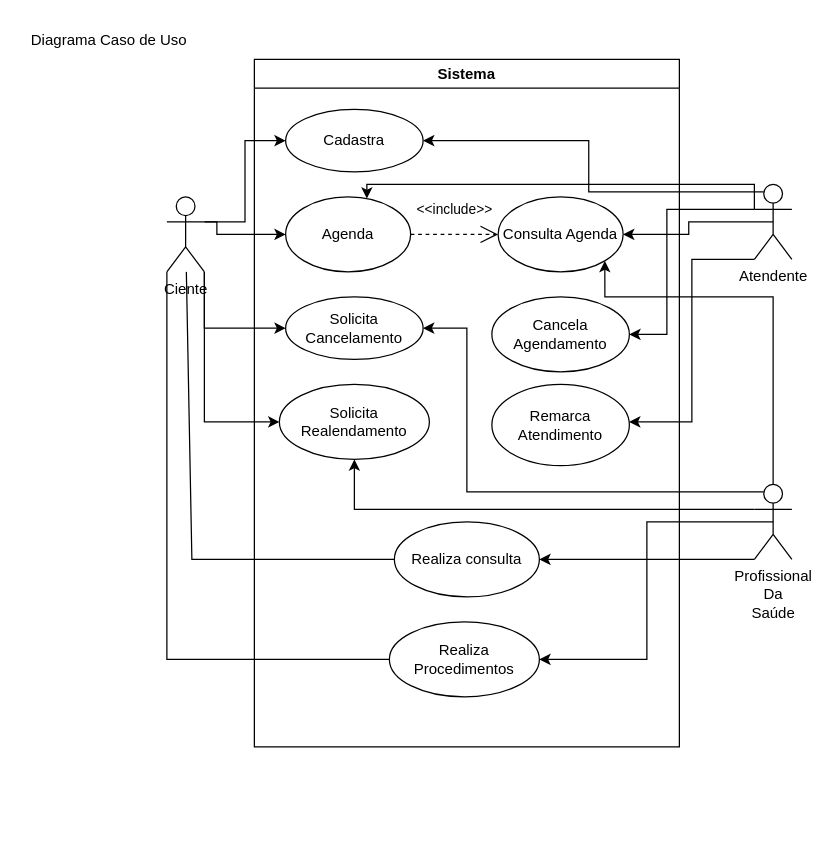
Ricardo93santos/teste_banco_de_dados keeps this draw.io diagram as page "Diagrama Caso de Uso" (2 of 2) of Diagrama sem nome.drawio. Above is the earlier version. Source tidied: cells renumbered, new cells numbered last; positions are measured from the earlier drawing's top-left corner, leaving out a move shared by most shapes. Both pictures are drawn from the tidied source at 125%, with x=0, y=0 at pixel (21, 21).
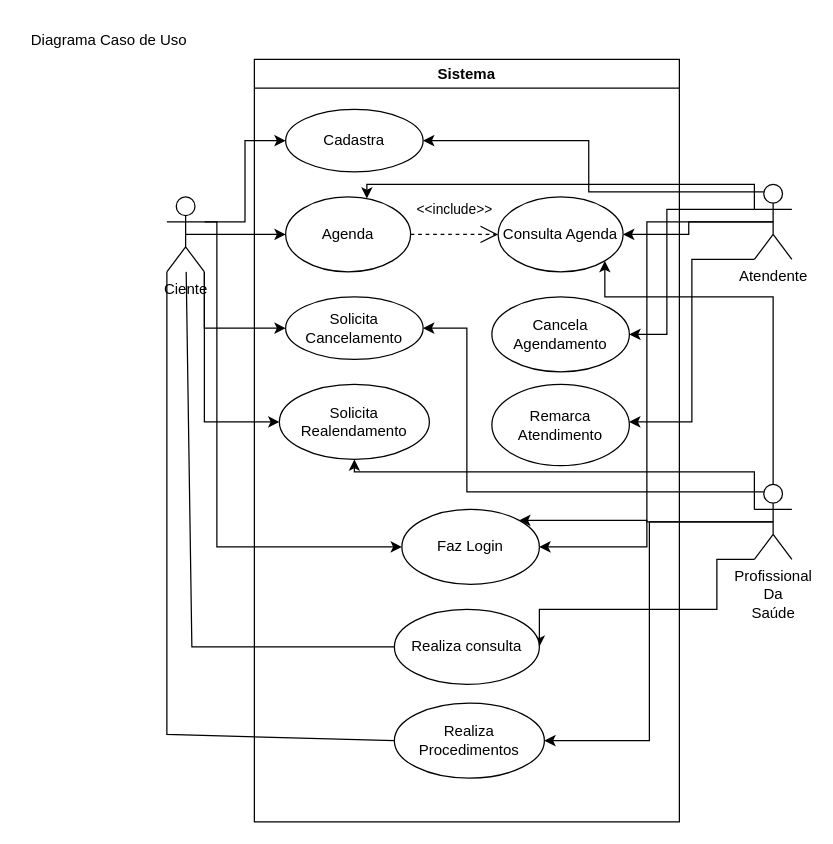
The same diagram, later.

Commit message:
Adição do caso de uso "Faz Login"

The change refers to these unchanged cells:
```xml
<mxCell id="6" value="Ciente" style="shape=umlActor;verticalLabelPosition=bottom;verticalAlign=top;html=1;outlineConnect=0;labelBackgroundColor=none;" parent="1" vertex="1">
  <mxGeometry x="116" y="140" width="30" height="60" as="geometry" />
</mxCell>
<mxCell id="12" value="Profissional&lt;br&gt;Da&lt;br&gt;Saúde" style="shape=umlActor;verticalLabelPosition=bottom;verticalAlign=top;html=1;outlineConnect=0;labelBackgroundColor=none;" parent="1" vertex="1">
  <mxGeometry x="586" y="370" width="30" height="60" as="geometry" />
</mxCell>
<mxCell id="18" value="Atendente" style="shape=umlActor;verticalLabelPosition=bottom;verticalAlign=top;html=1;outlineConnect=0;labelBackgroundColor=none;" parent="1" vertex="1">
  <mxGeometry x="586" y="130" width="30" height="60" as="geometry" />
</mxCell>
<mxCell id="28" value="Solicita Realendamento" style="ellipse;whiteSpace=wrap;html=1;labelBackgroundColor=none;" parent="20" vertex="1">
  <mxGeometry x="20" y="260" width="120" height="60" as="geometry" />
</mxCell>
```

Diff of the diagram source:
```diff
@@
+    <mxCell id="33" style="edgeStyle=orthogonalEdgeStyle;rounded=0;jettySize=auto;html=1;exitX=0.5;exitY=0.5;exitDx=0;exitDy=0;exitPerimeter=0;entryX=0;entryY=0.5;entryDx=0;entryDy=0;" parent="1" edge="1" source="6" target="36">
+      <mxGeometry relative="1" as="geometry">
+        <Array as="points">
+          <mxPoint x="156" y="170" />
+          <mxPoint x="156" y="420" />
+        </Array>
+      </mxGeometry>
+    </mxCell>
@@
     <mxCell id="8" style="edgeStyle=orthogonalEdgeStyle;rounded=0;jettySize=auto;html=1;exitX=0;exitY=0.3333333333333333;exitDx=0;exitDy=0;exitPerimeter=0;entryX=0.5;entryY=1;entryDx=0;entryDy=0;labelBackgroundColor=none;fontColor=default;" parent="1" edge="1" source="12" target="28">
-      <mxGeometry relative="1" as="geometry" />
+      <mxGeometry relative="1" as="geometry">
+        <Array as="points">
+          <mxPoint x="586" y="360" />
+          <mxPoint x="266" y="360" />
+        </Array>
+      </mxGeometry>
     </mxCell>
@@
     <mxCell id="10" style="edgeStyle=orthogonalEdgeStyle;rounded=0;jettySize=auto;html=1;exitX=0;exitY=1;exitDx=0;exitDy=0;exitPerimeter=0;entryX=1;entryY=0.5;entryDx=0;entryDy=0;labelBackgroundColor=none;fontColor=default;" parent="1" edge="1" source="12" target="29">
       <mxGeometry relative="1" as="geometry">
         <Array as="points">
-          <mxPoint x="414" y="430" />
+          <mxPoint x="556" y="430" />
+          <mxPoint x="556" y="470" />
+          <mxPoint x="414" y="470" />
         </Array>
       </mxGeometry>
     </mxCell>
@@
+    <mxCell id="34" style="edgeStyle=orthogonalEdgeStyle;rounded=0;jettySize=auto;html=1;exitX=0.5;exitY=0.5;exitDx=0;exitDy=0;exitPerimeter=0;entryX=1;entryY=0;entryDx=0;entryDy=0;" parent="1" edge="1" source="12" target="36">
+      <mxGeometry relative="1" as="geometry" />
+    </mxCell>
@@
+    <mxCell id="35" style="edgeStyle=orthogonalEdgeStyle;rounded=0;jettySize=auto;html=1;exitX=0.5;exitY=0.5;exitDx=0;exitDy=0;exitPerimeter=0;entryX=1;entryY=0.5;entryDx=0;entryDy=0;" parent="1" edge="1" source="18" target="36">
+      <mxGeometry relative="1" as="geometry" />
+    </mxCell>
@@
     <mxCell id="20" value="Sistema" style="swimlane;whiteSpace=wrap;html=1;labelBackgroundColor=none;" parent="1" vertex="1">
-      <mxGeometry x="186" y="30" width="340" height="550" as="geometry" />
+      <mxGeometry x="186" y="30" width="340" height="610" as="geometry" />
     </mxCell>
@@
     <mxCell id="29" value="Realiza consulta" style="ellipse;whiteSpace=wrap;html=1;labelBackgroundColor=none;" parent="20" vertex="1">
-      <mxGeometry x="112" y="370" width="116" height="60" as="geometry" />
+      <mxGeometry x="112" y="440" width="116" height="60" as="geometry" />
     </mxCell>
     <mxCell id="30" value="Realiza Procedimentos" style="ellipse;whiteSpace=wrap;html=1;labelBackgroundColor=none;" parent="20" vertex="1">
-      <mxGeometry x="108" y="450" width="120" height="60" as="geometry" />
+      <mxGeometry x="112" y="515" width="120" height="60" as="geometry" />
     </mxCell>
+    <mxCell id="36" value="Faz Login" style="ellipse;whiteSpace=wrap;html=1;" parent="20" vertex="1">
+      <mxGeometry x="118" y="360" width="110" height="60" as="geometry" />
+    </mxCell>
     <mxCell id="31" style="endArrow=none;html=1;rounded=0;entryX=0;entryY=1;entryDx=0;entryDy=0;entryPerimeter=0;exitX=0;exitY=0.5;exitDx=0;exitDy=0;labelBackgroundColor=none;fontColor=default;" parent="1" edge="1" source="30" target="6">
       <mxGeometry relative="1" as="geometry">
         <Array as="points">
-          <mxPoint x="116" y="510" />
+          <mxPoint x="116" y="570" />
         </Array>
       </mxGeometry>
     </mxCell>
     <mxCell id="32" style="endArrow=none;html=1;rounded=0;exitX=0;exitY=0.5;exitDx=0;exitDy=0;labelBackgroundColor=none;fontColor=default;" parent="1" edge="1" source="29" target="6">
       <mxGeometry relative="1" as="geometry">
         <Array as="points">
-          <mxPoint x="136" y="430" />
+          <mxPoint x="136" y="500" />
         </Array>
       </mxGeometry>
     </mxCell>
```
